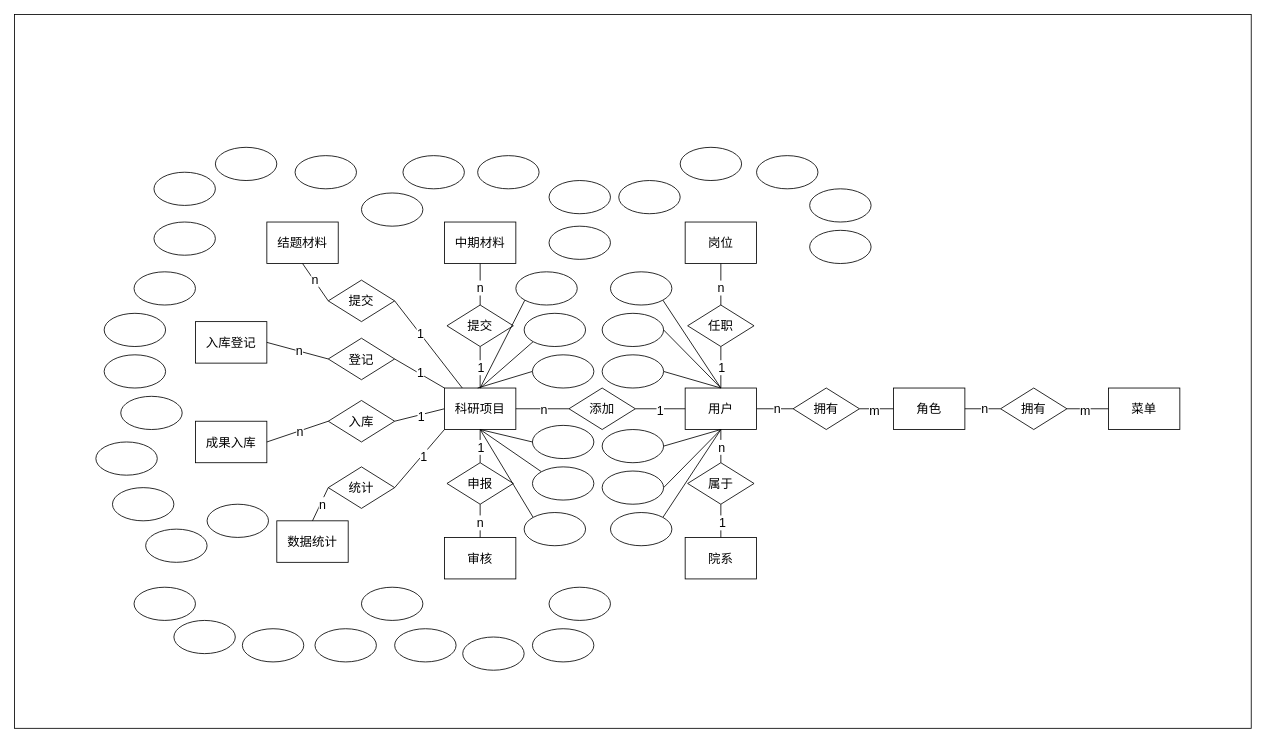
Before: 未命名绘图.drawio in Greenker/springcloud-config, a draw.io diagram. Source tidied: cells renumbered, new cells numbered last; positions are measured from the earlier drawing's top-left corner, leaving out a move shared by most shapes. Both pictures are drawn from the tidied source at 83%, with x=0, y=0 at pixel (14, 14).
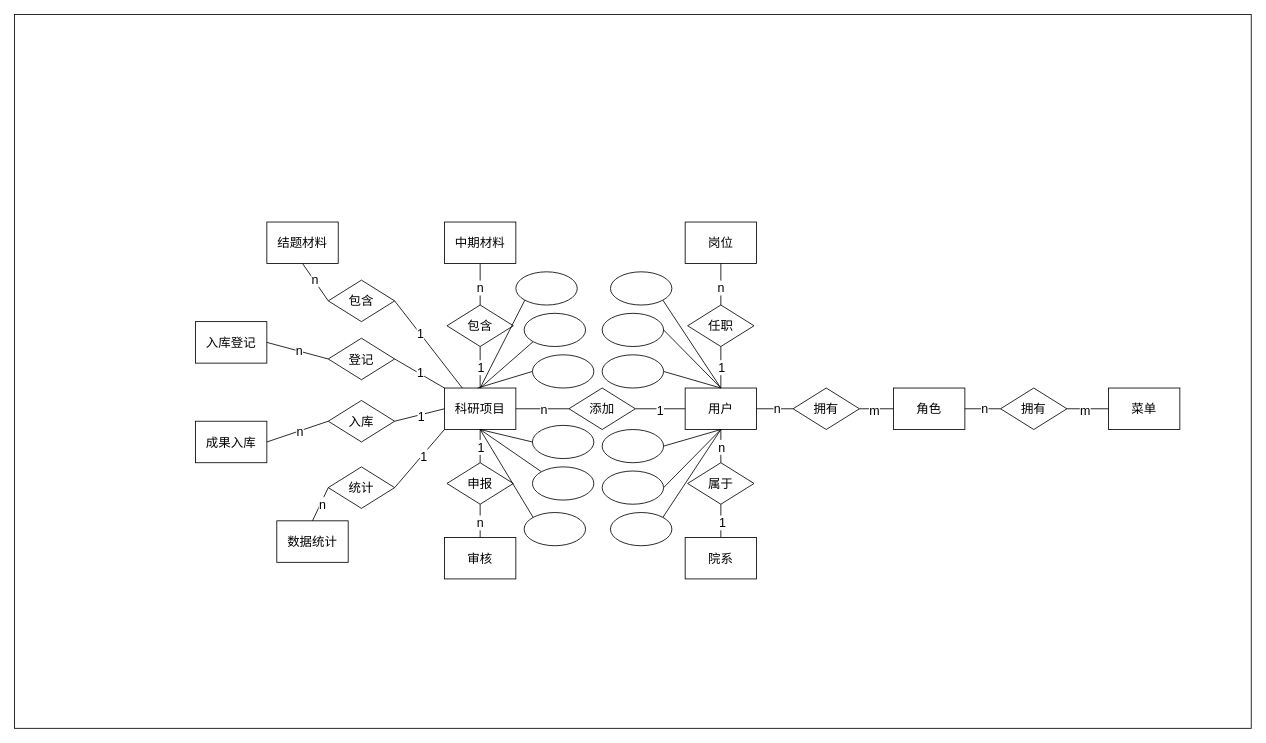
The same page after the edit.

Commit message:
更新未命名绘图.drawio

The edit, as a diff of the source:
```diff
@@
-    <mxCell id="57" value="&lt;span style=&quot;font-size: 15px;&quot;&gt;提交&lt;/span&gt;" style="rhombus;whiteSpace=wrap;html=1;" parent="1" vertex="1">
+    <mxCell id="57" value="&lt;span style=&quot;font-size: 15px;&quot;&gt;包含&lt;/span&gt;" style="rhombus;whiteSpace=wrap;html=1;" parent="1" vertex="1">
       <mxGeometry x="521" y="350" width="80" height="50" as="geometry" />
     </mxCell>
@@
-    <mxCell id="60" value="&lt;span style=&quot;font-size: 15px;&quot;&gt;提交&lt;/span&gt;" style="rhombus;whiteSpace=wrap;html=1;" parent="1" vertex="1">
+    <mxCell id="60" value="&lt;span style=&quot;font-size: 15px;&quot;&gt;包含&lt;/span&gt;" style="rhombus;whiteSpace=wrap;html=1;" parent="1" vertex="1">
       <mxGeometry x="378" y="320" width="80" height="50" as="geometry" />
     </mxCell>
@@
-    <mxCell id="94" style="ellipse;whiteSpace=wrap;html=1;" parent="1" vertex="1">
-      <mxGeometry x="728" y="200" width="74" height="40" as="geometry" />
-    </mxCell>
-    <mxCell id="95" style="ellipse;whiteSpace=wrap;html=1;" parent="1" vertex="1">
-      <mxGeometry x="802" y="160" width="74" height="40" as="geometry" />
-    </mxCell>
-    <mxCell id="96" style="ellipse;whiteSpace=wrap;html=1;" parent="1" vertex="1">
-      <mxGeometry x="894" y="170" width="74" height="40" as="geometry" />
-    </mxCell>
-    <mxCell id="97" style="ellipse;whiteSpace=wrap;html=1;" parent="1" vertex="1">
-      <mxGeometry x="958" y="210" width="74" height="40" as="geometry" />
-    </mxCell>
-    <mxCell id="98" style="ellipse;whiteSpace=wrap;html=1;" parent="1" vertex="1">
-      <mxGeometry x="958" y="260" width="74" height="40" as="geometry" />
-    </mxCell>
-    <mxCell id="99" style="ellipse;whiteSpace=wrap;html=1;" parent="1" vertex="1">
-      <mxGeometry x="558" y="170" width="74" height="40" as="geometry" />
-    </mxCell>
-    <mxCell id="100" style="ellipse;whiteSpace=wrap;html=1;" parent="1" vertex="1">
-      <mxGeometry x="468" y="170" width="74" height="40" as="geometry" />
-    </mxCell>
-    <mxCell id="101" style="ellipse;whiteSpace=wrap;html=1;" parent="1" vertex="1">
-      <mxGeometry x="644" y="200" width="74" height="40" as="geometry" />
-    </mxCell>
-    <mxCell id="102" style="ellipse;whiteSpace=wrap;html=1;" parent="1" vertex="1">
-      <mxGeometry x="418" y="215" width="74" height="40" as="geometry" />
-    </mxCell>
-    <mxCell id="103" style="ellipse;whiteSpace=wrap;html=1;" parent="1" vertex="1">
-      <mxGeometry x="644" y="255" width="74" height="40" as="geometry" />
-    </mxCell>
-    <mxCell id="104" style="ellipse;whiteSpace=wrap;html=1;" parent="1" vertex="1">
-      <mxGeometry x="168" y="250" width="74" height="40" as="geometry" />
-    </mxCell>
-    <mxCell id="105" style="ellipse;whiteSpace=wrap;html=1;" parent="1" vertex="1">
-      <mxGeometry x="338" y="170" width="74" height="40" as="geometry" />
-    </mxCell>
-    <mxCell id="106" style="ellipse;whiteSpace=wrap;html=1;" parent="1" vertex="1">
-      <mxGeometry x="242" y="160" width="74" height="40" as="geometry" />
-    </mxCell>
-    <mxCell id="107" style="ellipse;whiteSpace=wrap;html=1;" parent="1" vertex="1">
-      <mxGeometry x="168" y="190" width="74" height="40" as="geometry" />
-    </mxCell>
-    <mxCell id="108" style="ellipse;whiteSpace=wrap;html=1;" parent="1" vertex="1">
-      <mxGeometry x="98" y="515" width="74" height="40" as="geometry" />
-    </mxCell>
-    <mxCell id="109" style="ellipse;whiteSpace=wrap;html=1;" parent="1" vertex="1">
-      <mxGeometry x="128" y="460" width="74" height="40" as="geometry" />
-    </mxCell>
-    <mxCell id="110" style="ellipse;whiteSpace=wrap;html=1;" parent="1" vertex="1">
-      <mxGeometry x="108" y="410" width="74" height="40" as="geometry" />
-    </mxCell>
-    <mxCell id="111" style="ellipse;whiteSpace=wrap;html=1;" parent="1" vertex="1">
-      <mxGeometry x="108" y="360" width="74" height="40" as="geometry" />
-    </mxCell>
-    <mxCell id="112" style="ellipse;whiteSpace=wrap;html=1;" parent="1" vertex="1">
-      <mxGeometry x="144" y="310" width="74" height="40" as="geometry" />
-    </mxCell>
-    <mxCell id="113" style="ellipse;whiteSpace=wrap;html=1;" parent="1" vertex="1">
-      <mxGeometry x="118" y="570" width="74" height="40" as="geometry" />
-    </mxCell>
-    <mxCell id="114" style="ellipse;whiteSpace=wrap;html=1;" parent="1" vertex="1">
-      <mxGeometry x="274.5" y="740" width="74" height="40" as="geometry" />
-    </mxCell>
-    <mxCell id="115" style="ellipse;whiteSpace=wrap;html=1;" parent="1" vertex="1">
-      <mxGeometry x="144" y="690" width="74" height="40" as="geometry" />
-    </mxCell>
-    <mxCell id="116" style="ellipse;whiteSpace=wrap;html=1;" parent="1" vertex="1">
-      <mxGeometry x="232" y="590" width="74" height="40" as="geometry" />
-    </mxCell>
-    <mxCell id="117" style="ellipse;whiteSpace=wrap;html=1;" parent="1" vertex="1">
-      <mxGeometry x="158" y="620" width="74" height="40" as="geometry" />
-    </mxCell>
-    <mxCell id="118" style="ellipse;whiteSpace=wrap;html=1;" parent="1" vertex="1">
-      <mxGeometry x="192" y="730" width="74" height="40" as="geometry" />
-    </mxCell>
-    <mxCell id="119" style="ellipse;whiteSpace=wrap;html=1;" parent="1" vertex="1">
-      <mxGeometry x="362" y="740" width="74" height="40" as="geometry" />
-    </mxCell>
-    <mxCell id="120" style="ellipse;whiteSpace=wrap;html=1;" parent="1" vertex="1">
-      <mxGeometry x="418" y="690" width="74" height="40" as="geometry" />
-    </mxCell>
-    <mxCell id="121" style="ellipse;whiteSpace=wrap;html=1;" parent="1" vertex="1">
-      <mxGeometry x="624" y="740" width="74" height="40" as="geometry" />
-    </mxCell>
-    <mxCell id="122" style="ellipse;whiteSpace=wrap;html=1;" parent="1" vertex="1">
-      <mxGeometry x="540" y="750" width="74" height="40" as="geometry" />
-    </mxCell>
-    <mxCell id="123" style="ellipse;whiteSpace=wrap;html=1;" parent="1" vertex="1">
-      <mxGeometry x="458" y="740" width="74" height="40" as="geometry" />
-    </mxCell>
-    <mxCell id="124" style="ellipse;whiteSpace=wrap;html=1;" parent="1" vertex="1">
-      <mxGeometry x="644" y="690" width="74" height="40" as="geometry" />
-    </mxCell>
```
